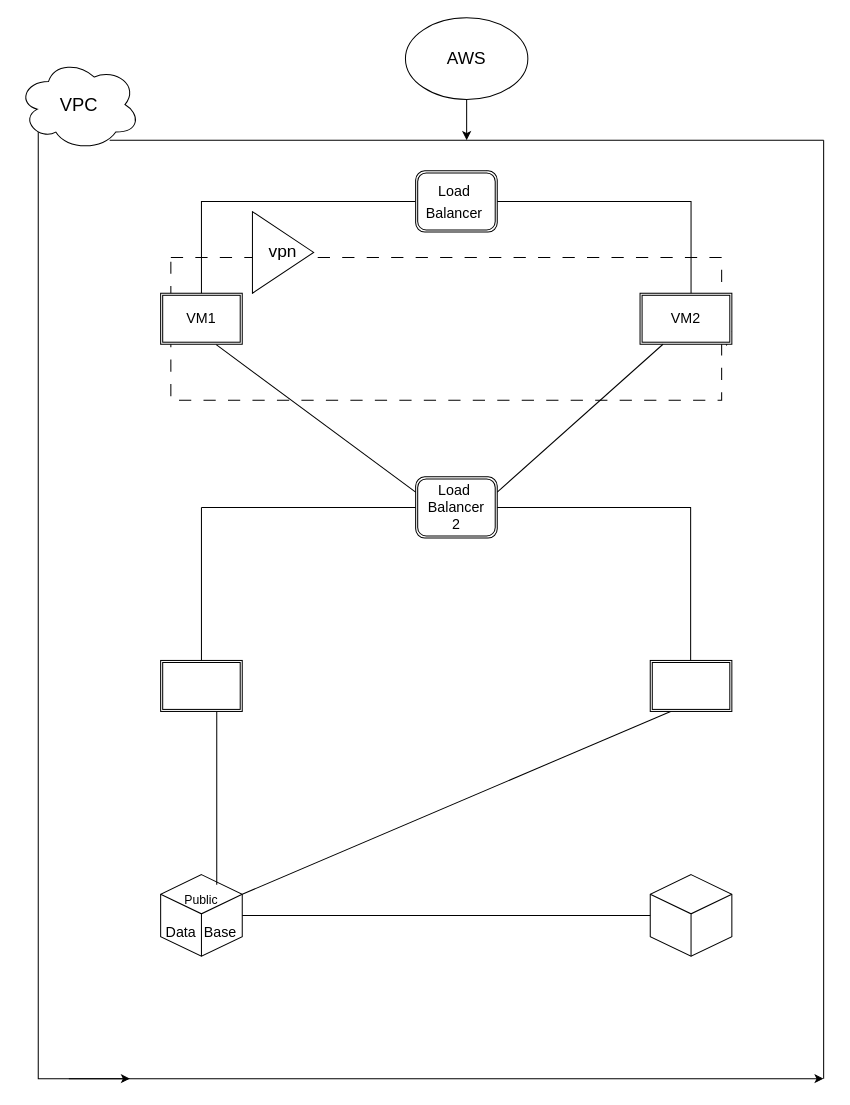
Earlier version of the draw.io diagram Untitled Diagram.drawio (av7373/aws-elastic-beanstalk-express-js-sample). Source tidied: cells renumbered, new cells numbered last; positions are measured from the earlier drawing's top-left corner, leaving out a move shared by most shapes. Both pictures are drawn from the tidied source at 102%, with x=0, y=0 at pixel (17, 17).
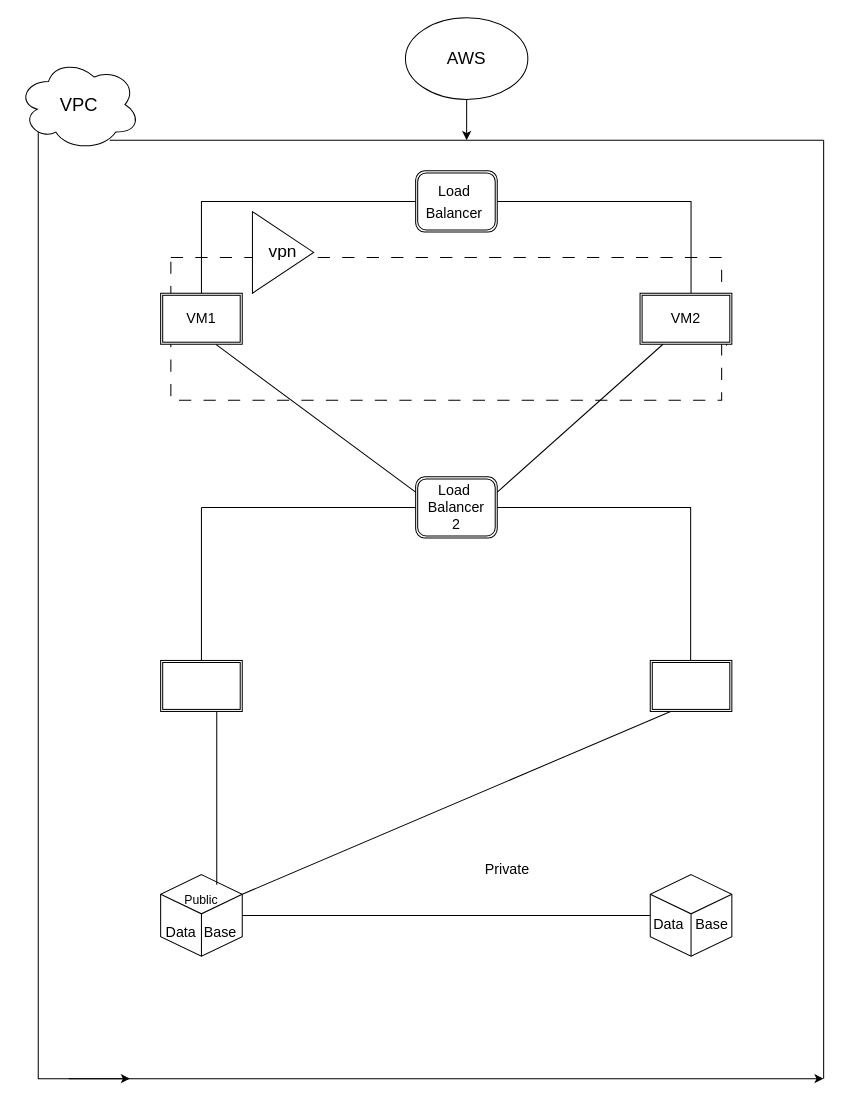
After the change.

Change to the diagram source:
```diff
@@
-    <mxCell id="31" style="html=1;whiteSpace=wrap;shape=isoCube2;backgroundOutline=1;isoAngle=15;fontSize=12;" parent="1" vertex="1">
+    <mxCell id="31" value="&lt;font style=&quot;font-size: 14px;&quot;&gt;&lt;br&gt;Data&amp;nbsp; &amp;nbsp;Base&lt;/font&gt;" style="html=1;whiteSpace=wrap;shape=isoCube2;backgroundOutline=1;isoAngle=15;fontSize=12;" parent="1" vertex="1">
       <mxGeometry x="620" y="840" width="80" height="80" as="geometry" />
     </mxCell>
@@
+    <mxCell id="33" value="Private" style="text;html=1;strokeColor=none;fillColor=none;align=center;verticalAlign=middle;whiteSpace=wrap;rounded=0;fontSize=14;" parent="1" vertex="1">
+      <mxGeometry x="450" y="820" width="60" height="30" as="geometry" />
+    </mxCell>
```
